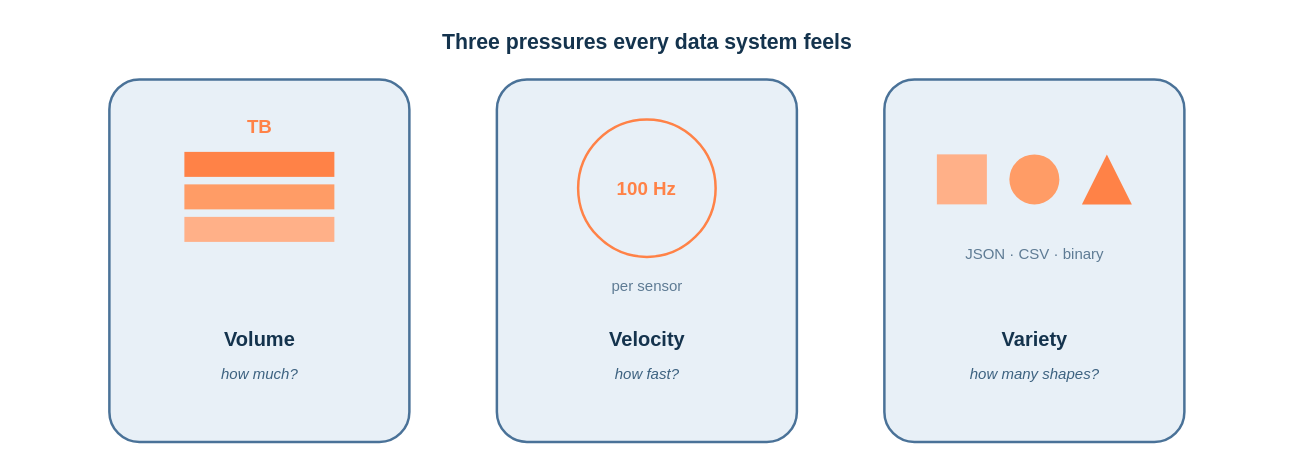
Above: course-notes/diagrams/course-notes3-fig02.drawio in eislab-cps/D7065E (draw.io), before the change. Source tidied: cells renumbered, new cells numbered last; positions are measured from the earlier drawing's top-left corner, leaving out a move shared by most shapes. Both pictures are drawn from the tidied source at 125%, with x=0, y=0 at pixel (21, 21).
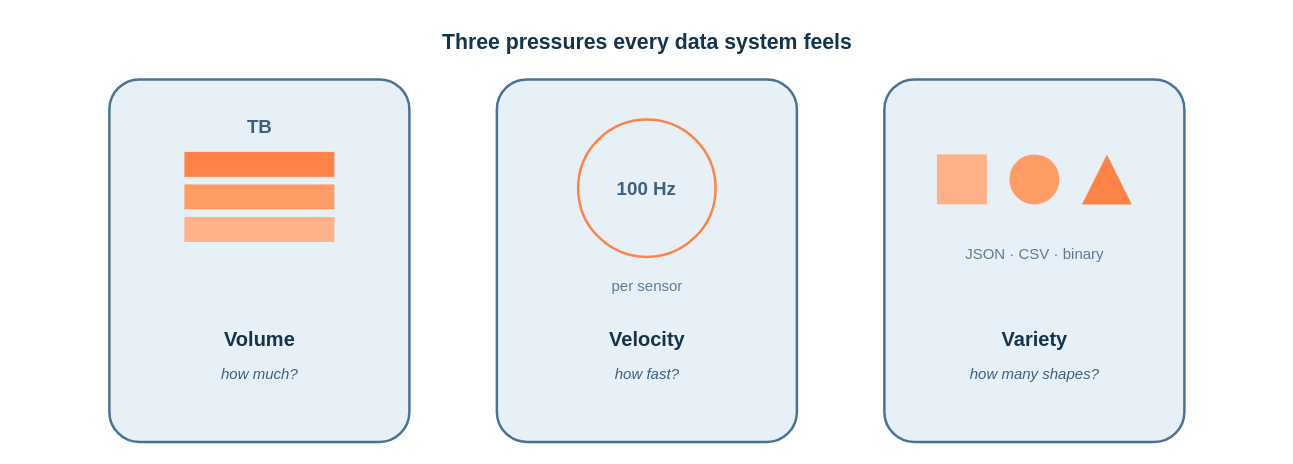
The same diagram, later.

Diff of the diagram source:
```diff
@@
-    <mxCell id="4" value="TB" style="text;html=1;align=center;fontColor=#FF8247;fontSize=15;fontStyle=1;fontFamily=Helvetica;" parent="1" vertex="1">
+    <mxCell id="4" value="TB" style="text;html=1;align=center;fontColor=#3D6280;fontSize=15;fontStyle=1;fontFamily=Helvetica;" parent="1" vertex="1">
       <mxGeometry x="130" y="68" width="120" height="24" as="geometry" />
     </mxCell>
@@
-    <mxCell id="11" value="100 Hz" style="ellipse;whiteSpace=wrap;html=1;fillColor=none;strokeColor=#FF8247;strokeWidth=2;fontColor=#FF8247;fontStyle=1;fontFamily=Helvetica;fontSize=15;" parent="1" vertex="1">
+    <mxCell id="11" value="100 Hz" style="ellipse;whiteSpace=wrap;html=1;fillColor=none;strokeColor=#FF8247;strokeWidth=2;fontColor=#3D6280;fontStyle=1;fontFamily=Helvetica;fontSize=15;" parent="1" vertex="1">
       <mxGeometry x="445" y="78" width="110" height="110" as="geometry" />
     </mxCell>
```
